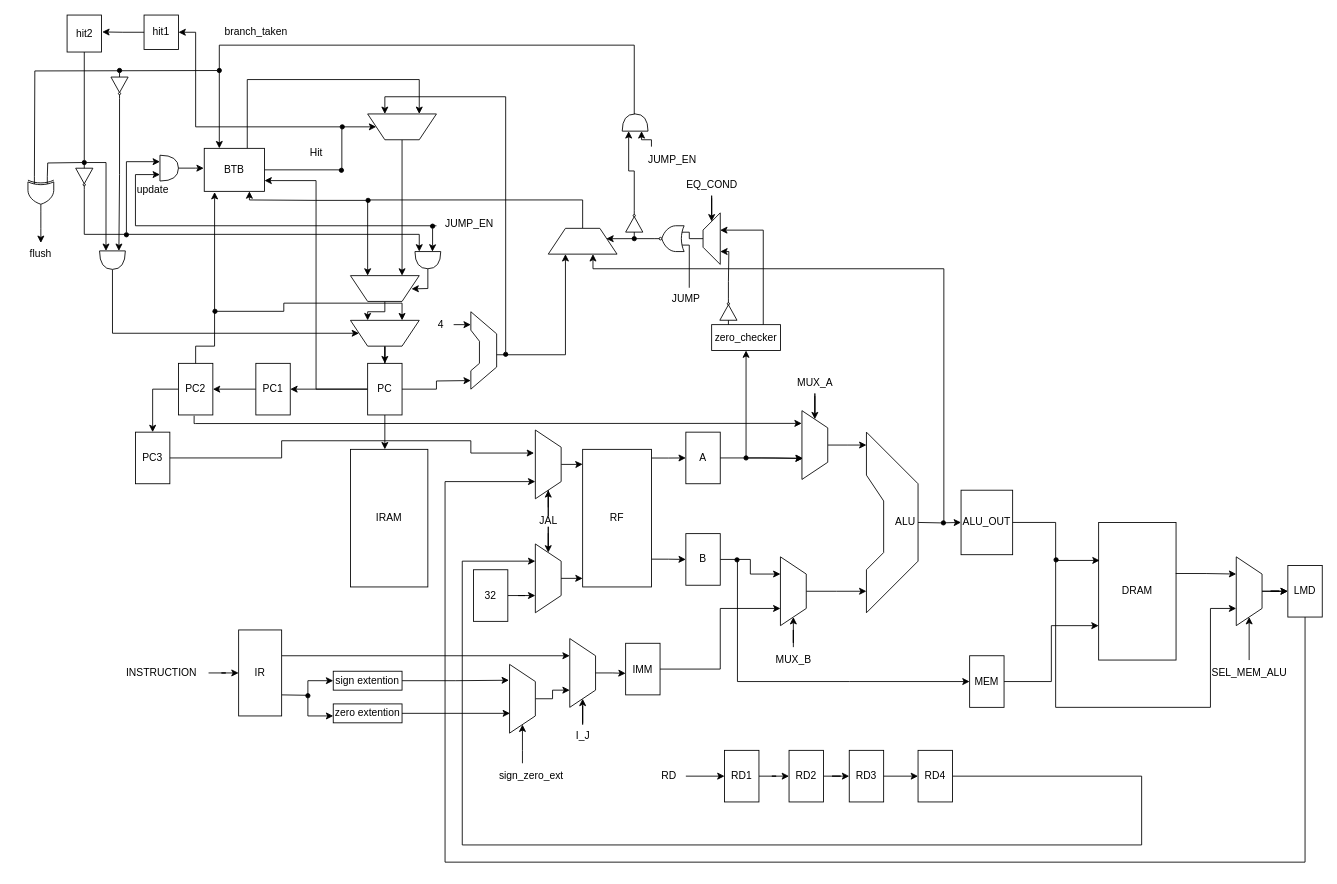
Before: dlx.drawio in Luca-002/dlx, a draw.io diagram. Source tidied: cells renumbered, new cells numbered last; positions are measured from the earlier drawing's top-left corner, leaving out a move shared by most shapes. Both pictures are drawn from the tidied source at 86%, with x=0, y=0 at pixel (15, 15).
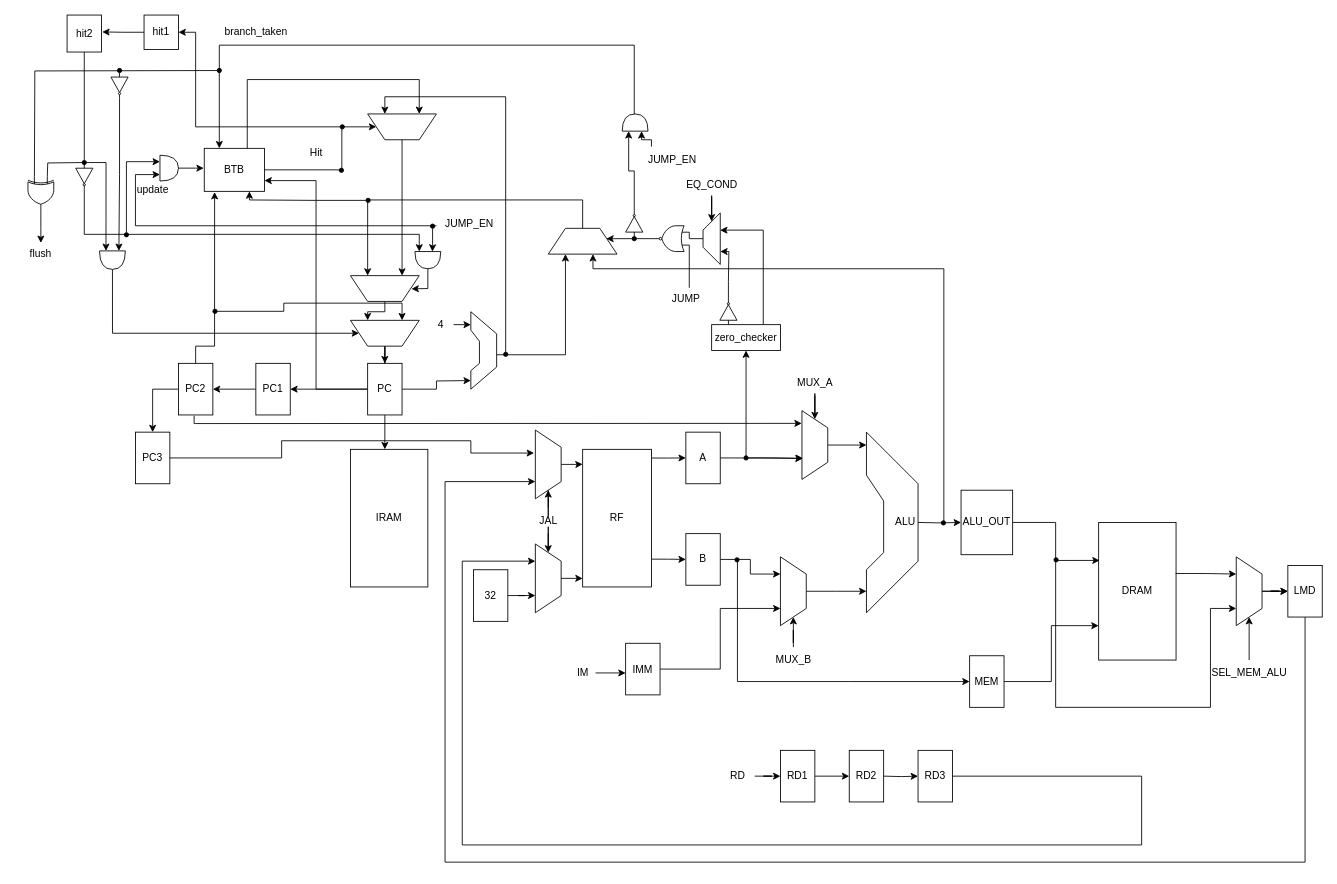
After the change.

Unchanged cells that the change refers to:
```xml
<mxCell id="21" value="IMM" style="whiteSpace=wrap;html=1;" parent="1" vertex="1">
  <mxGeometry x="710" y="730.5" width="40" height="60" as="geometry" />
</mxCell>
```

What changed in the source:
```diff
@@
     <mxCell id="43" value="RD1" style="whiteSpace=wrap;html=1;" parent="1" vertex="1">
-      <mxGeometry x="825" y="855" width="40" height="60" as="geometry" />
+      <mxGeometry x="890" y="855" width="40" height="60" as="geometry" />
     </mxCell>
@@
     <mxCell id="45" value="RD" style="text;html=1;align=center;verticalAlign=middle;points=[];strokeColor=none;fillColor=none;" parent="1" vertex="1">
-      <mxGeometry x="740" y="870" width="40" height="30" as="geometry" />
+      <mxGeometry x="820" y="870" width="40" height="30" as="geometry" />
     </mxCell>
-    <mxCell id="46" style="edgeStyle=orthogonalEdgeStyle;rounded=0;jettySize=auto;html=1;entryX=0;entryY=0.5;entryDx=0;entryDy=0;" parent="1" edge="1" source="47" target="48">
-      <mxGeometry relative="1" as="geometry" />
-    </mxCell>
     <mxCell id="47" value="RD2" style="whiteSpace=wrap;html=1;" parent="1" vertex="1">
-      <mxGeometry x="900" y="855" width="40" height="60" as="geometry" />
+      <mxGeometry x="970" y="855" width="40" height="60" as="geometry" />
     </mxCell>
-    <mxCell id="48" value="RD3" style="whiteSpace=wrap;html=1;" parent="1" vertex="1">
-      <mxGeometry x="970" y="855" width="40" height="60" as="geometry" />
-    </mxCell>
@@
-    <mxCell id="82" style="edgeStyle=orthogonalEdgeStyle;rounded=0;orthogonalLoop=1;jettySize=auto;html=1;" parent="1" edge="1">
-      <mxGeometry relative="1" as="geometry">
-        <mxPoint x="310" y="745" as="sourcePoint" />
-        <mxPoint x="645" y="745" as="targetPoint" />
-      </mxGeometry>
-    </mxCell>
-    <mxCell id="83" style="edgeStyle=orthogonalEdgeStyle;rounded=0;jettySize=auto;html=1;entryX=0;entryY=0.5;entryDx=0;entryDy=0;" parent="1" edge="1" target="134">
-      <mxGeometry relative="1" as="geometry">
-        <mxPoint x="310" y="790.5" as="sourcePoint" />
-      </mxGeometry>
-    </mxCell>
-    <mxCell id="84" value="&lt;div&gt;IR&lt;/div&gt;" style="whiteSpace=wrap;html=1;" parent="1" vertex="1">
-      <mxGeometry x="260" y="715" width="50" height="100" as="geometry" />
-    </mxCell>
-    <mxCell id="85" style="edgeStyle=orthogonalEdgeStyle;rounded=0;jettySize=auto;html=1;" parent="1" edge="1" source="86" target="84">
-      <mxGeometry relative="1" as="geometry" />
-    </mxCell>
-    <mxCell id="86" value="INSTRUCTION" style="text;html=1;align=center;verticalAlign=middle;points=[];strokeColor=none;fillColor=none;" parent="1" vertex="1">
-      <mxGeometry x="115" y="750" width="110" height="30" as="geometry" />
-    </mxCell>
-    <mxCell id="87" style="shape=trapezoid;perimeter=trapezoidPerimeter;whiteSpace=wrap;html=1;fixedSize=1;rotation=90;" parent="1" vertex="1">
-      <mxGeometry x="620" y="750" width="80" height="30" as="geometry" />
-    </mxCell>
-    <mxCell id="88" style="edgeStyle=orthogonalEdgeStyle;rounded=0;jettySize=auto;html=1;entryX=1;entryY=0.5;entryDx=0;entryDy=0;" parent="1" edge="1" source="89" target="87">
-      <mxGeometry relative="1" as="geometry" />
-    </mxCell>
-    <mxCell id="89" value="&lt;div&gt;I_J&lt;/div&gt;" style="text;html=1;align=center;verticalAlign=middle;points=[];strokeColor=none;fillColor=none;" parent="1" vertex="1">
-      <mxGeometry x="640" y="823" width="40" height="30" as="geometry" />
-    </mxCell>
-    <mxCell id="90" style="edgeStyle=orthogonalEdgeStyle;rounded=0;jettySize=auto;html=1;entryX=0;entryY=0.583;entryDx=0;entryDy=0;entryPerimeter=0;" parent="1" edge="1" source="87" target="21">
-      <mxGeometry relative="1" as="geometry" />
+    <mxCell id="90" style="edgeStyle=orthogonalEdgeStyle;rounded=0;jettySize=auto;html=1;entryX=0;entryY=0.583;entryDx=0;entryDy=0;entryPerimeter=0;" parent="1" edge="1" target="21">
+      <mxGeometry relative="1" as="geometry">
+        <mxPoint x="675" y="765" as="sourcePoint" />
+      </mxGeometry>
     </mxCell>
@@
-    <mxCell id="133" style="edgeStyle=orthogonalEdgeStyle;rounded=0;jettySize=auto;html=1;entryX=0.231;entryY=1.023;entryDx=0;entryDy=0;entryPerimeter=0;" parent="1" edge="1" source="134" target="139">
-      <mxGeometry relative="1" as="geometry" />
-    </mxCell>
-    <mxCell id="134" value="sign extention" style="whiteSpace=wrap;html=1;" parent="1" vertex="1">
-      <mxGeometry x="370" y="763" width="80" height="22" as="geometry" />
-    </mxCell>
-    <mxCell id="135" style="edgeStyle=orthogonalEdgeStyle;rounded=0;jettySize=auto;html=1;entryX=0;entryY=0.636;entryDx=0;entryDy=0;entryPerimeter=0;" parent="1" edge="1" source="136" target="137">
-      <mxGeometry relative="1" as="geometry">
-        <Array as="points">
-          <mxPoint x="341" y="815" />
-        </Array>
-      </mxGeometry>
-    </mxCell>
-    <mxCell id="136" style="ellipse;whiteSpace=wrap;html=1;fillColor=#000000;" parent="1" vertex="1">
-      <mxGeometry x="338" y="789" width="5" height="5" as="geometry" />
-    </mxCell>
-    <mxCell id="137" value="zero extention" style="whiteSpace=wrap;html=1;" parent="1" vertex="1">
-      <mxGeometry x="370" y="801" width="80" height="22" as="geometry" />
-    </mxCell>
-    <mxCell id="138" style="edgeStyle=orthogonalEdgeStyle;rounded=0;jettySize=auto;html=1;entryX=0.75;entryY=1;entryDx=0;entryDy=0;" parent="1" edge="1" source="139" target="87">
-      <mxGeometry relative="1" as="geometry" />
-    </mxCell>
-    <mxCell id="139" style="shape=trapezoid;perimeter=trapezoidPerimeter;whiteSpace=wrap;html=1;fixedSize=1;rotation=90;" parent="1" vertex="1">
-      <mxGeometry x="550" y="780" width="80" height="30" as="geometry" />
-    </mxCell>
-    <mxCell id="140" style="edgeStyle=orthogonalEdgeStyle;rounded=0;jettySize=auto;html=1;entryX=0.712;entryY=0.982;entryDx=0;entryDy=0;entryPerimeter=0;" parent="1" edge="1" source="137" target="139">
-      <mxGeometry relative="1" as="geometry" />
-    </mxCell>
-    <mxCell id="141" style="edgeStyle=orthogonalEdgeStyle;rounded=0;jettySize=auto;html=1;entryX=1;entryY=0.5;entryDx=0;entryDy=0;" parent="1" edge="1" source="142" target="139">
-      <mxGeometry relative="1" as="geometry">
-        <Array as="points">
-          <mxPoint x="590" y="855" />
-          <mxPoint x="590" y="855" />
-        </Array>
-      </mxGeometry>
-    </mxCell>
-    <mxCell id="142" value="sign_zero_ext" style="text;html=1;align=center;verticalAlign=middle;points=[];strokeColor=none;fillColor=none;" parent="1" vertex="1">
-      <mxGeometry x="550" y="870" width="100" height="30" as="geometry" />
-    </mxCell>
@@
-    <mxCell id="179" style="edgeStyle=orthogonalEdgeStyle;rounded=0;jettySize=auto;html=1;entryX=0;entryY=0.5;entryDx=0;entryDy=0;exitX=1;exitY=0.5;exitDx=0;exitDy=0;" parent="1" edge="1" source="48" target="180">
-      <mxGeometry relative="1" as="geometry" />
+    <mxCell id="179" style="edgeStyle=orthogonalEdgeStyle;rounded=0;jettySize=auto;html=1;entryX=0;entryY=0.5;entryDx=0;entryDy=0;exitX=1;exitY=0.5;exitDx=0;exitDy=0;" parent="1" edge="1" target="180">
+      <mxGeometry relative="1" as="geometry">
+        <mxPoint x="1010" y="885" as="sourcePoint" />
+      </mxGeometry>
     </mxCell>
-    <mxCell id="180" value="RD4" style="whiteSpace=wrap;html=1;" parent="1" vertex="1">
+    <mxCell id="180" value="RD3" style="whiteSpace=wrap;html=1;" parent="1" vertex="1">
       <mxGeometry x="1050" y="855" width="40" height="60" as="geometry" />
     </mxCell>
@@
+    <mxCell id="187" value="IM" style="text;html=1;align=center;verticalAlign=middle;strokeColor=none;fillColor=none;" parent="1" vertex="1">
+      <mxGeometry x="640" y="750" width="40" height="30" as="geometry" />
+    </mxCell>
```
